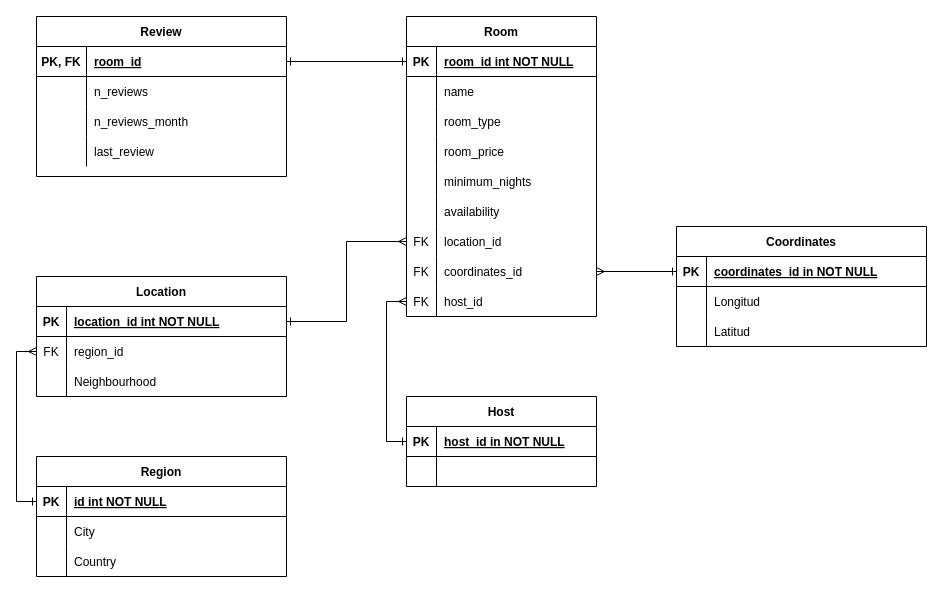
The draw.io diagram Modelado y sql/DataModel.drawio in nasli/data-analysis-project, before the edit. Source tidied: cells renumbered, new cells numbered last; positions are measured from the earlier drawing's top-left corner, leaving out a move shared by most shapes. Both pictures are drawn from the tidied source at 100%, with x=0, y=0 at pixel (36, 16).
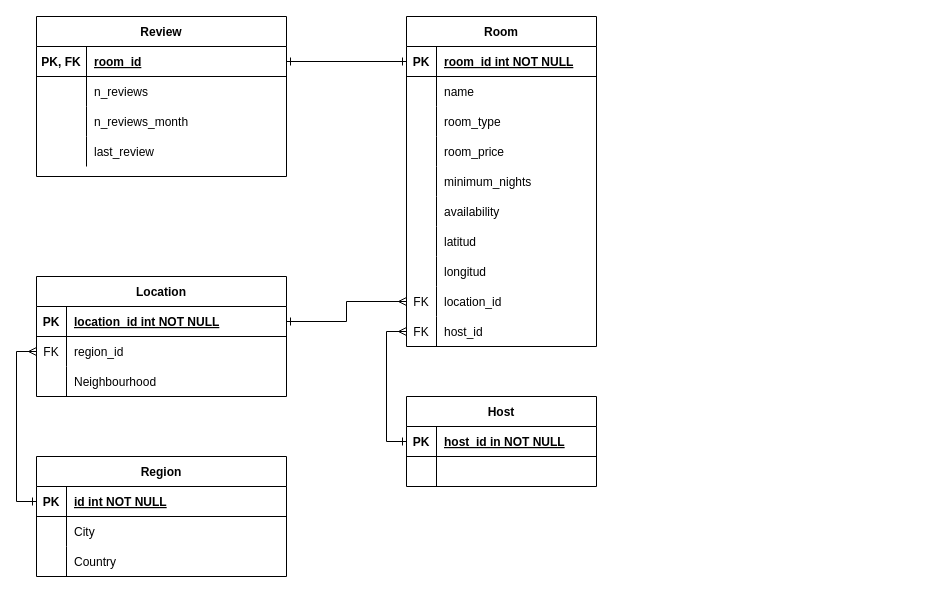
After the change.

Commit message (it also covers changes not shown here):
Coordinates table removed

Diff of the diagram source:
```diff
@@
     <mxCell id="2" value="Room" style="shape=table;startSize=30;childLayout=tableLayout;rowLines=0;fontStyle=1;align=center;" parent="1" vertex="1">
-      <mxGeometry x="370" width="190" height="300" as="geometry" />
+      <mxGeometry x="370" width="190" height="330" as="geometry" />
     </mxCell>
@@
+    <mxCell id="24" style="shape=partialRectangle;fillColor=none;points=[[0,0.5],[1,0.5]];portConstraint=eastwest;top=0;left=0;right=0;bottom=0;" parent="2" vertex="1">
+      <mxGeometry y="210" width="190" height="30" as="geometry" />
+    </mxCell>
+    <mxCell id="25" style="shape=partialRectangle;overflow=hidden;fillColor=none;top=0;left=0;bottom=0;right=0;" parent="24" vertex="1">
+      <mxGeometry width="30" height="30" as="geometry" />
+    </mxCell>
+    <mxCell id="26" value="latitud" style="shape=partialRectangle;overflow=hidden;fillColor=none;top=0;left=0;bottom=0;right=0;align=left;spacingLeft=6;" parent="24" vertex="1">
+      <mxGeometry x="30" width="160" height="30" as="geometry" />
+    </mxCell>
+    <mxCell id="85" style="shape=partialRectangle;fillColor=none;top=0;left=0;right=0;bottom=0;" parent="2" vertex="1">
+      <mxGeometry y="240" width="190" height="30" as="geometry" />
+    </mxCell>
+    <mxCell id="86" style="shape=partialRectangle;overflow=hidden;fillColor=none;top=0;left=0;bottom=0;right=0;" parent="85" vertex="1">
+      <mxGeometry width="30" height="30" as="geometry" />
+    </mxCell>
+    <mxCell id="87" value="longitud" style="shape=partialRectangle;overflow=hidden;fillColor=none;top=0;left=0;bottom=0;right=0;align=left;spacingLeft=6;" parent="85" vertex="1">
+      <mxGeometry x="30" width="160" height="30" as="geometry" />
+    </mxCell>
     <mxCell id="21" style="shape=partialRectangle;fillColor=none;points=[[0,0.5],[1,0.5]];portConstraint=eastwest;top=0;left=0;right=0;bottom=0;" parent="2" vertex="1">
-      <mxGeometry y="210" width="190" height="30" as="geometry" />
+      <mxGeometry y="270" width="190" height="30" as="geometry" />
     </mxCell>
@@
-    <mxCell id="24" style="shape=partialRectangle;fillColor=none;points=[[0,0.5],[1,0.5]];portConstraint=eastwest;top=0;left=0;right=0;bottom=0;" parent="2" vertex="1">
-      <mxGeometry y="240" width="190" height="30" as="geometry" />
-    </mxCell>
-    <mxCell id="25" value="FK" style="shape=partialRectangle;overflow=hidden;fillColor=none;top=0;left=0;bottom=0;right=0;" parent="24" vertex="1">
-      <mxGeometry width="30" height="30" as="geometry" />
-    </mxCell>
-    <mxCell id="26" value="coordinates_id" style="shape=partialRectangle;overflow=hidden;fillColor=none;top=0;left=0;bottom=0;right=0;align=left;spacingLeft=6;" parent="24" vertex="1">
-      <mxGeometry x="30" width="160" height="30" as="geometry" />
-    </mxCell>
     <mxCell id="27" style="shape=partialRectangle;fillColor=none;points=[[0,0.5],[1,0.5]];portConstraint=eastwest;top=0;left=0;right=0;bottom=0;" parent="2" vertex="1">
-      <mxGeometry y="270" width="190" height="30" as="geometry" />
+      <mxGeometry y="300" width="190" height="30" as="geometry" />
     </mxCell>
@@
-    <mxCell id="62" value="Coordinates" style="shape=table;startSize=30;childLayout=tableLayout;rowLines=0;fontStyle=1;align=center;" parent="1" vertex="1">
-      <mxGeometry x="640" y="210" width="250" height="120" as="geometry" />
-    </mxCell>
-    <mxCell id="63" style="shape=partialRectangle;fillColor=none;points=[[0,0.5],[1,0.5]];portConstraint=eastwest;top=0;left=0;right=0;bottom=1;" parent="62" vertex="1">
-      <mxGeometry y="30" width="250" height="30" as="geometry" />
-    </mxCell>
-    <mxCell id="64" value="PK" style="shape=partialRectangle;overflow=hidden;fillColor=none;top=0;left=0;bottom=0;right=0;fontStyle=1;" parent="63" vertex="1">
-      <mxGeometry width="30" height="30" as="geometry" />
-    </mxCell>
-    <mxCell id="65" value="coordinates_id in NOT NULL" style="shape=partialRectangle;overflow=hidden;fillColor=none;top=0;left=0;bottom=0;right=0;align=left;spacingLeft=6;fontStyle=5;" parent="63" vertex="1">
-      <mxGeometry x="30" width="220" height="30" as="geometry" />
-    </mxCell>
-    <mxCell id="66" style="shape=partialRectangle;fillColor=none;top=0;left=0;right=0;bottom=0;" parent="62" vertex="1">
-      <mxGeometry y="60" width="250" height="30" as="geometry" />
-    </mxCell>
-    <mxCell id="67" style="shape=partialRectangle;overflow=hidden;fillColor=none;top=0;left=0;bottom=0;right=0;" parent="66" vertex="1">
-      <mxGeometry width="30" height="30" as="geometry" />
-    </mxCell>
-    <mxCell id="68" value="Longitud" style="shape=partialRectangle;overflow=hidden;fillColor=none;top=0;left=0;bottom=0;right=0;align=left;spacingLeft=6;" parent="66" vertex="1">
-      <mxGeometry x="30" width="220" height="30" as="geometry" />
-    </mxCell>
-    <mxCell id="69" style="shape=partialRectangle;fillColor=none;top=0;left=0;right=0;bottom=0;" parent="62" vertex="1">
-      <mxGeometry y="90" width="250" height="30" as="geometry" />
-    </mxCell>
-    <mxCell id="70" style="shape=partialRectangle;overflow=hidden;fillColor=none;top=0;left=0;bottom=0;right=0;" parent="69" vertex="1">
-      <mxGeometry width="30" height="30" as="geometry" />
-    </mxCell>
-    <mxCell id="71" value="Latitud" style="shape=partialRectangle;overflow=hidden;fillColor=none;top=0;left=0;bottom=0;right=0;align=left;spacingLeft=6;" parent="69" vertex="1">
-      <mxGeometry x="30" width="220" height="30" as="geometry" />
-    </mxCell>
-    <mxCell id="72" style="edgeStyle=orthogonalEdgeStyle;rounded=0;jettySize=auto;html=1;exitX=0;exitY=0.5;exitDx=0;exitDy=0;startArrow=ERone;startFill=0;endArrow=ERmany;endFill=0;" parent="1" edge="1" source="63" target="24">
-      <mxGeometry relative="1" as="geometry" />
-    </mxCell>
```
